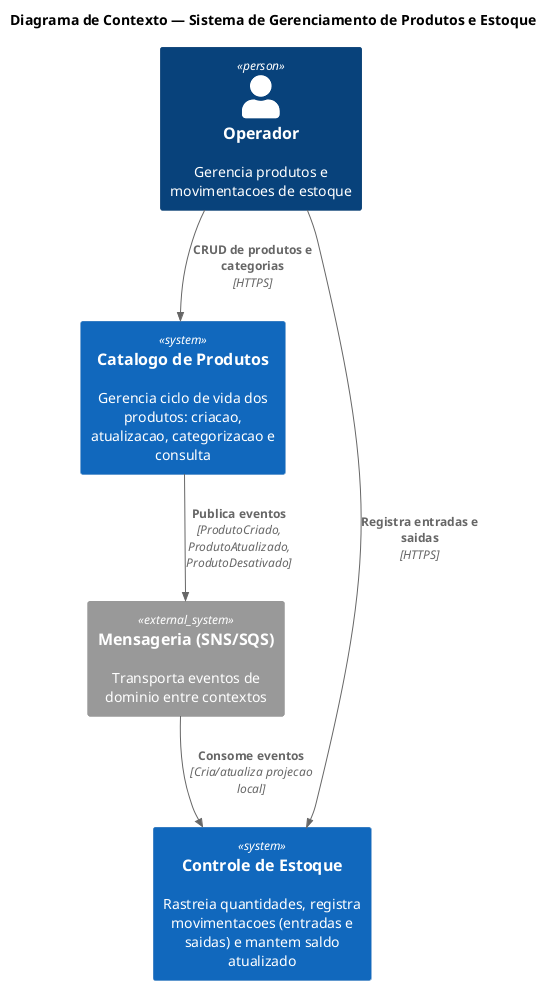
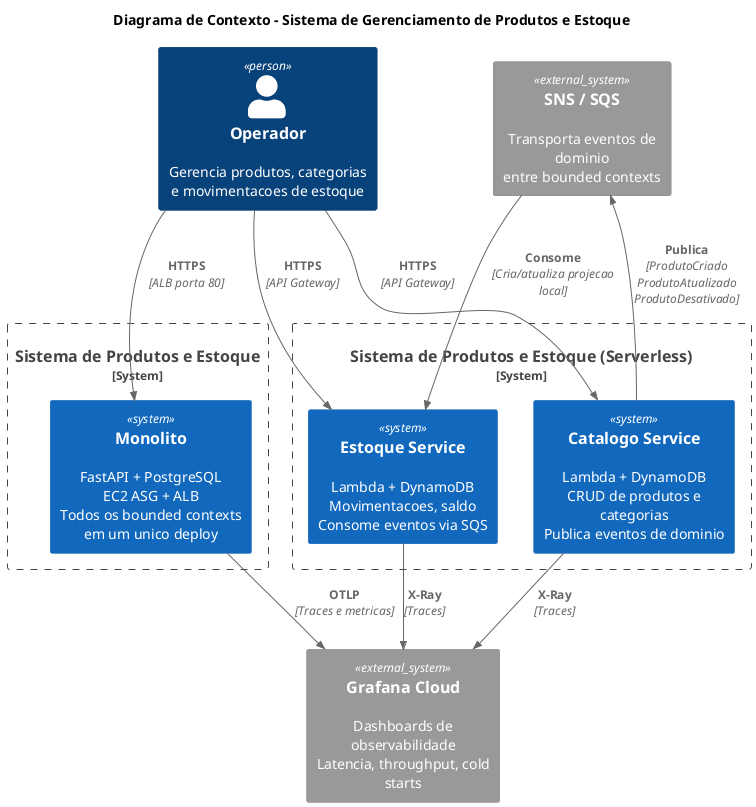
@startuml c4-context
!include <C4/C4_Context>

- title Diagrama de Contexto — Sistema de Gerenciamento de Produtos e Estoque
+ title Diagrama de Contexto - Sistema de Gerenciamento de Produtos e Estoque

- Person(user, "Operador", "Gerencia produtos e movimentacoes de estoque")
+ Person(operador, "Operador", "Gerencia produtos, categorias e movimentacoes de estoque")

- System(catalogo, "Catalogo de Produtos", "Gerencia ciclo de vida dos produtos: criacao, atualizacao, categorizacao e consulta")
- System(estoque, "Controle de Estoque", "Rastreia quantidades, registra movimentacoes (entradas e saidas) e mantem saldo atualizado")
+ System_Boundary(sistema, "Sistema de Produtos e Estoque") {
+     System(monolito, "Monolito", "FastAPI + PostgreSQL\nEC2 ASG + ALB\nTodos os bounded contexts em um unico deploy")
+ }

- System_Ext(mensageria, "Mensageria (SNS/SQS)", "Transporta eventos de dominio entre contextos")
+ System_Boundary(sistema_ms, "Sistema de Produtos e Estoque (Serverless)") {
+     System(catalogo, "Catalogo Service", "Lambda + DynamoDB\nCRUD de produtos e categorias\nPublica eventos de dominio")
+     System(estoque, "Estoque Service", "Lambda + DynamoDB\nMovimentacoes, saldo\nConsome eventos via SQS")
+ }

- Rel(user, catalogo, "CRUD de produtos e categorias", "HTTPS")
- Rel(user, estoque, "Registra entradas e saidas", "HTTPS")
- Rel(catalogo, mensageria, "Publica eventos", "ProdutoCriado, ProdutoAtualizado, ProdutoDesativado")
- Rel(mensageria, estoque, "Consome eventos", "Cria/atualiza projecao local")
+ System_Ext(mensageria, "SNS / SQS", "Transporta eventos de dominio\nentre bounded contexts")
+ System_Ext(grafana, "Grafana Cloud", "Dashboards de observabilidade\nLatencia, throughput, cold starts")
+ 
+ Rel(operador, monolito, "HTTPS", "ALB porta 80")
+ Rel(operador, catalogo, "HTTPS", "API Gateway")
+ Rel(operador, estoque, "HTTPS", "API Gateway")
+ Rel(catalogo, mensageria, "Publica", "ProdutoCriado\nProdutoAtualizado\nProdutoDesativado")
+ Rel(mensageria, estoque, "Consome", "Cria/atualiza projecao local")
+ Rel(monolito, grafana, "OTLP", "Traces e metricas")
+ Rel(catalogo, grafana, "X-Ray", "Traces")
+ Rel(estoque, grafana, "X-Ray", "Traces")

@enduml
